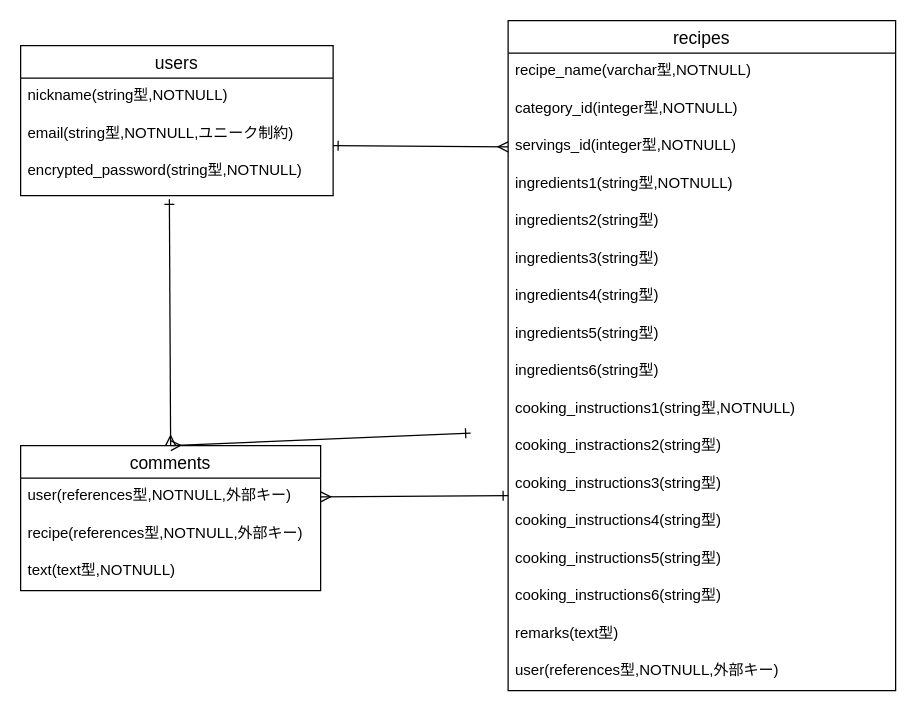
moonlight0905/corecipe keeps this draw.io diagram as corecipe_ER.dio. Above is the earlier version. Source tidied: cells renumbered, new cells numbered last; positions are measured from the earlier drawing's top-left corner, leaving out a move shared by most shapes. Both pictures are drawn from the tidied source at 125%, with x=0, y=0 at pixel (20, 20).
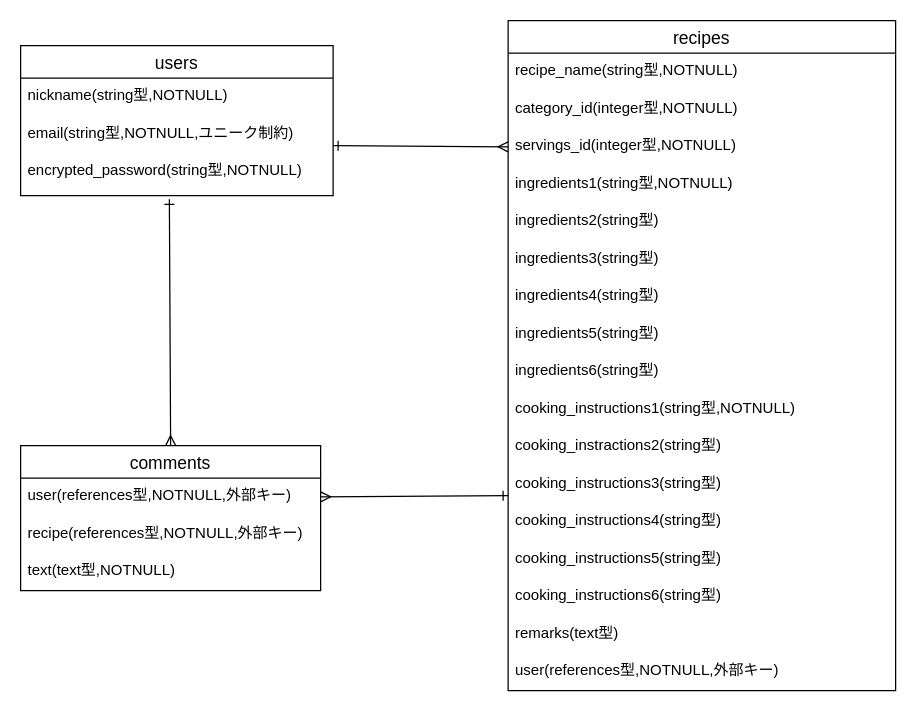
The same diagram, later.

The change refers to these unchanged cells:
```xml
<mxCell id="6" value="recipes" style="swimlane;fontStyle=0;horizontal=1;startSize=26;align=center;fontSize=14;" parent="1" vertex="1">
  <mxGeometry x="390" width="310" height="536" as="geometry" />
</mxCell>
<mxCell id="25" value="comments" style="swimlane;fontStyle=0;horizontal=1;startSize=26;align=center;fontSize=14;" parent="1" vertex="1">
  <mxGeometry y="340" width="240" height="116" as="geometry" />
</mxCell>
```

Change to the diagram source:
```diff
@@
-    <mxCell id="7" value="recipe_name(varchar型,NOTNULL)" style="text;strokeColor=none;fillColor=none;spacingLeft=4;spacingRight=4;overflow=hidden;fontSize=12;" parent="6" vertex="1">
+    <mxCell id="7" value="recipe_name(string型,NOTNULL)" style="text;strokeColor=none;fillColor=none;spacingLeft=4;spacingRight=4;overflow=hidden;fontSize=12;" parent="6" vertex="1">
       <mxGeometry y="26" width="310" height="30" as="geometry" />
     </mxCell>
@@
-    <mxCell id="30" style="endArrow=ERone;html=1;rounded=0;exitX=0.5;exitY=0;exitDx=0;exitDy=0;entryX=0.476;entryY=1.15;entryDx=0;entryDy=0;entryPerimeter=0;startArrow=ERmany;startFill=0;endFill=0;" parent="1" edge="1" source="25">
-      <mxGeometry relative="1" as="geometry">
-        <mxPoint x="360" y="330" as="targetPoint" />
-      </mxGeometry>
-    </mxCell>
```
